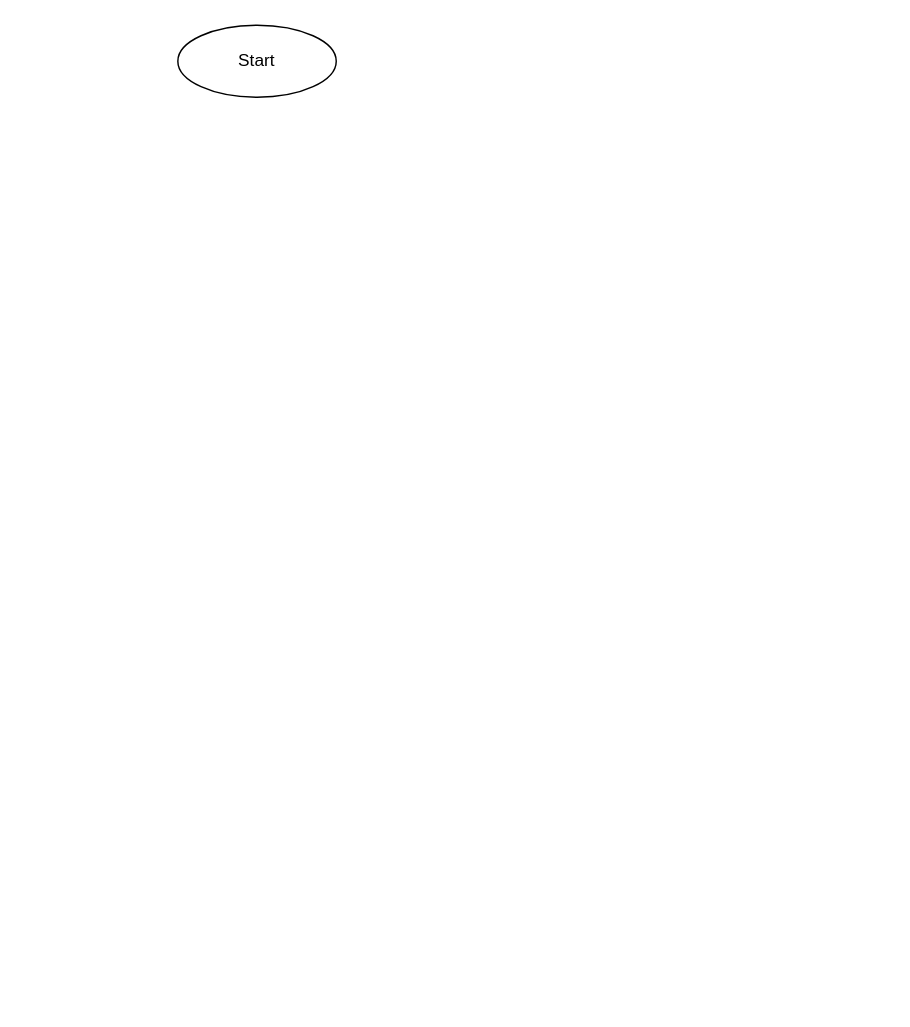
SergioDobruno/Interim_certification_1 keeps this draw.io diagram as Untitled Diagram.drawio. Above is the earlier version. Source tidied: cells renumbered, new cells numbered last; positions are measured from the earlier drawing's top-left corner, leaving out a move shared by most shapes. Both pictures are drawn from the tidied source at 144%, with x=0, y=0 at pixel (177, 24).
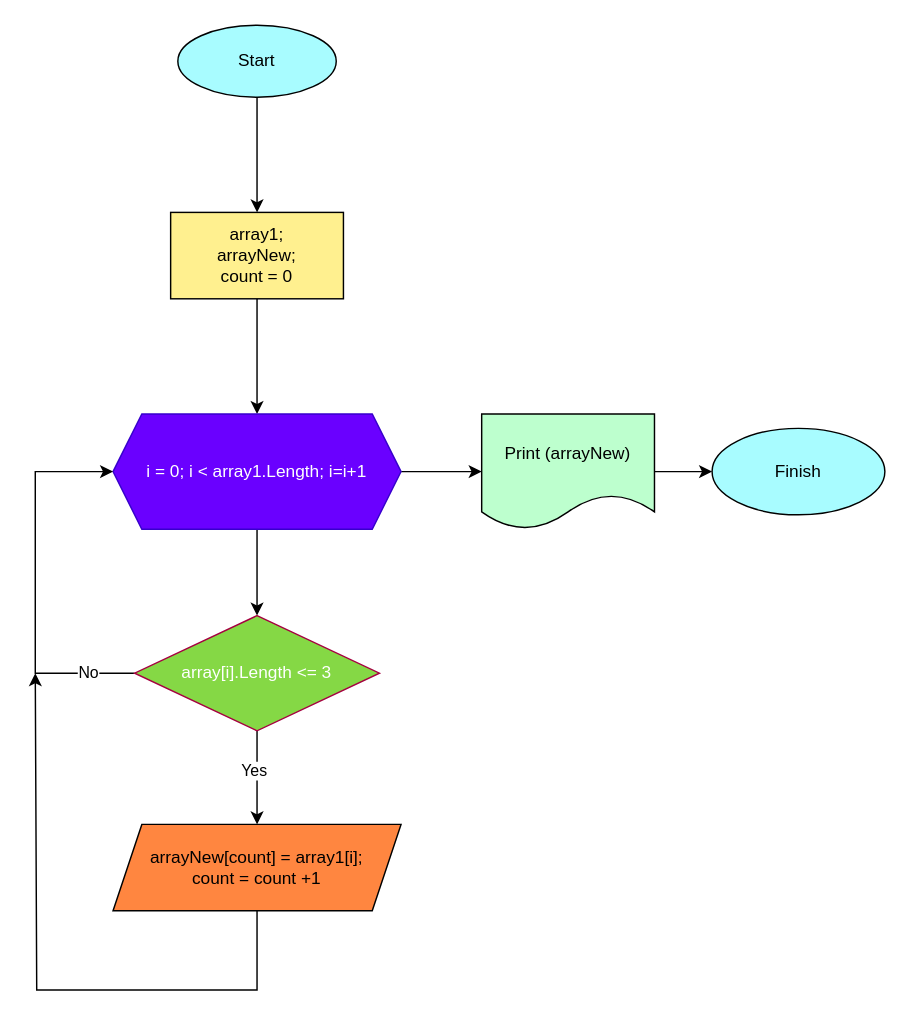
After the change.

Diff of the diagram source:
```diff
@@
+    <mxCell id="3" style="edgeStyle=orthogonalEdgeStyle;rounded=0;jettySize=auto;html=1;" parent="1" edge="1" source="2">
+      <mxGeometry relative="1" as="geometry">
+        <mxPoint x="55" y="130" as="targetPoint" />
+      </mxGeometry>
+    </mxCell>
-    <mxCell id="2" value="Start" style="ellipse;whiteSpace=wrap;html=1;" parent="1" vertex="1">
+    <mxCell id="2" value="Start" style="ellipse;whiteSpace=wrap;html=1;fillColor=#A8FCFF;" parent="1" vertex="1">
       <mxGeometry width="110" height="50" as="geometry" />
     </mxCell>
+    <mxCell id="4" style="edgeStyle=orthogonalEdgeStyle;rounded=0;jettySize=auto;html=1;" parent="1" edge="1" source="5" target="8">
+      <mxGeometry relative="1" as="geometry" />
+    </mxCell>
+    <mxCell id="5" value="array1;&lt;br style=&quot;border-color: var(--border-color);&quot;&gt;arrayNew;&lt;br&gt;count = 0" style="rounded=0;whiteSpace=wrap;html=1;glass=0;shadow=0;fillColor=#FFF08F;" parent="1" vertex="1">
+      <mxGeometry x="-5" y="130" width="120" height="60" as="geometry" />
+    </mxCell>
+    <mxCell id="6" style="edgeStyle=orthogonalEdgeStyle;rounded=0;jettySize=auto;html=1;" parent="1" edge="1" source="8" target="13">
+      <mxGeometry relative="1" as="geometry" />
+    </mxCell>
+    <mxCell id="7" style="edgeStyle=orthogonalEdgeStyle;rounded=0;jettySize=auto;html=1;" parent="1" edge="1" source="8" target="17">
+      <mxGeometry relative="1" as="geometry" />
+    </mxCell>
+    <mxCell id="8" value="i = 0; i &amp;lt; array1.Length; i=i+1" style="shape=hexagon;perimeter=hexagonPerimeter2;whiteSpace=wrap;html=1;fixedSize=1;fillColor=#6a00ff;fontColor=#ffffff;strokeColor=#3700CC;" parent="1" vertex="1">
+      <mxGeometry x="-45" y="270" width="200" height="80" as="geometry" />
+    </mxCell>
+    <mxCell id="9" style="edgeStyle=orthogonalEdgeStyle;rounded=0;jettySize=auto;html=1;" parent="1" edge="1" source="13" target="15">
+      <mxGeometry relative="1" as="geometry" />
+    </mxCell>
+    <mxCell id="10" value="Yes" style="edgeLabel;html=1;align=center;verticalAlign=middle;" parent="9" vertex="1">
+      <mxGeometry x="-0.17" y="-3" relative="1" as="geometry" />
+    </mxCell>
+    <mxCell id="11" style="edgeStyle=orthogonalEdgeStyle;rounded=0;jettySize=auto;html=1;exitX=0;exitY=0.5;exitDx=0;exitDy=0;entryX=0;entryY=0.5;entryDx=0;entryDy=0;" parent="1" edge="1" source="13" target="8">
+      <mxGeometry relative="1" as="geometry">
+        <Array as="points">
+          <mxPoint x="-99" y="450" />
+          <mxPoint x="-99" y="310" />
+        </Array>
+      </mxGeometry>
+    </mxCell>
+    <mxCell id="12" value="No" style="edgeLabel;html=1;align=center;verticalAlign=middle;" parent="11" vertex="1">
+      <mxGeometry x="-0.75" y="-1" relative="1" as="geometry" />
+    </mxCell>
+    <mxCell id="13" value="array[i].Length &amp;lt;= 3" style="rhombus;whiteSpace=wrap;html=1;fillColor=#85D845;fontColor=#ffffff;strokeColor=#A50040;" parent="1" vertex="1">
+      <mxGeometry x="-30" y="410" width="170" height="80" as="geometry" />
+    </mxCell>
+    <mxCell id="14" style="edgeStyle=orthogonalEdgeStyle;rounded=0;jettySize=auto;html=1;exitX=0.5;exitY=1;exitDx=0;exitDy=0;" parent="1" edge="1" source="15">
+      <mxGeometry relative="1" as="geometry">
+        <mxPoint x="-99" y="450" as="targetPoint" />
+        <Array as="points">
+          <mxPoint x="55" y="670" />
+          <mxPoint x="-98" y="670" />
+        </Array>
+      </mxGeometry>
+    </mxCell>
+    <mxCell id="15" value="arrayNew[count] = array1[i];&lt;br&gt;count = count +1" style="shape=parallelogram;perimeter=parallelogramPerimeter;whiteSpace=wrap;html=1;fixedSize=1;fillColor=#FF8640;" parent="1" vertex="1">
+      <mxGeometry x="-45" y="555" width="200" height="60" as="geometry" />
+    </mxCell>
+    <mxCell id="16" style="edgeStyle=orthogonalEdgeStyle;rounded=0;jettySize=auto;html=1;" parent="1" edge="1" source="17" target="18">
+      <mxGeometry relative="1" as="geometry" />
+    </mxCell>
+    <mxCell id="17" value="Print (arrayNew)" style="shape=document;whiteSpace=wrap;html=1;boundedLbl=1;fillColor=#BDFFCE;" parent="1" vertex="1">
+      <mxGeometry x="211" y="270" width="120" height="80" as="geometry" />
+    </mxCell>
+    <mxCell id="18" value="Finish" style="ellipse;whiteSpace=wrap;html=1;fillColor=#A8FCFF;" parent="1" vertex="1">
+      <mxGeometry x="371" y="280" width="120" height="60" as="geometry" />
+    </mxCell>
```
